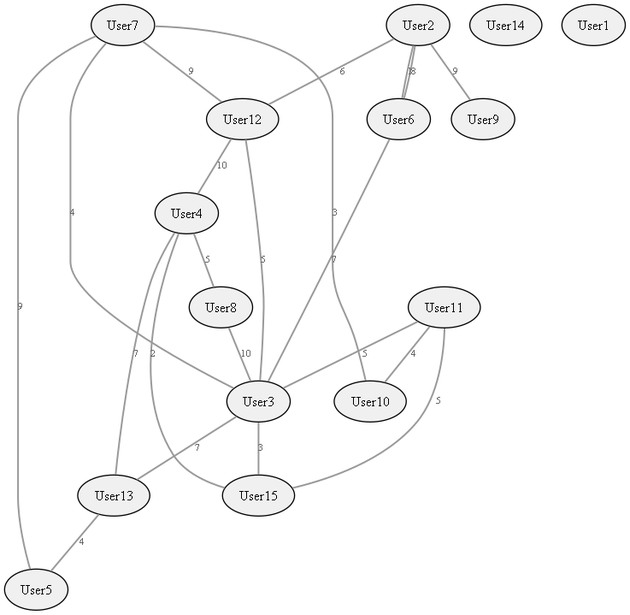
The Graphviz diagram graph.png in TahaArbass/Social-Network-ADS, before a commit. Its source is kept beside it as graph.dot.
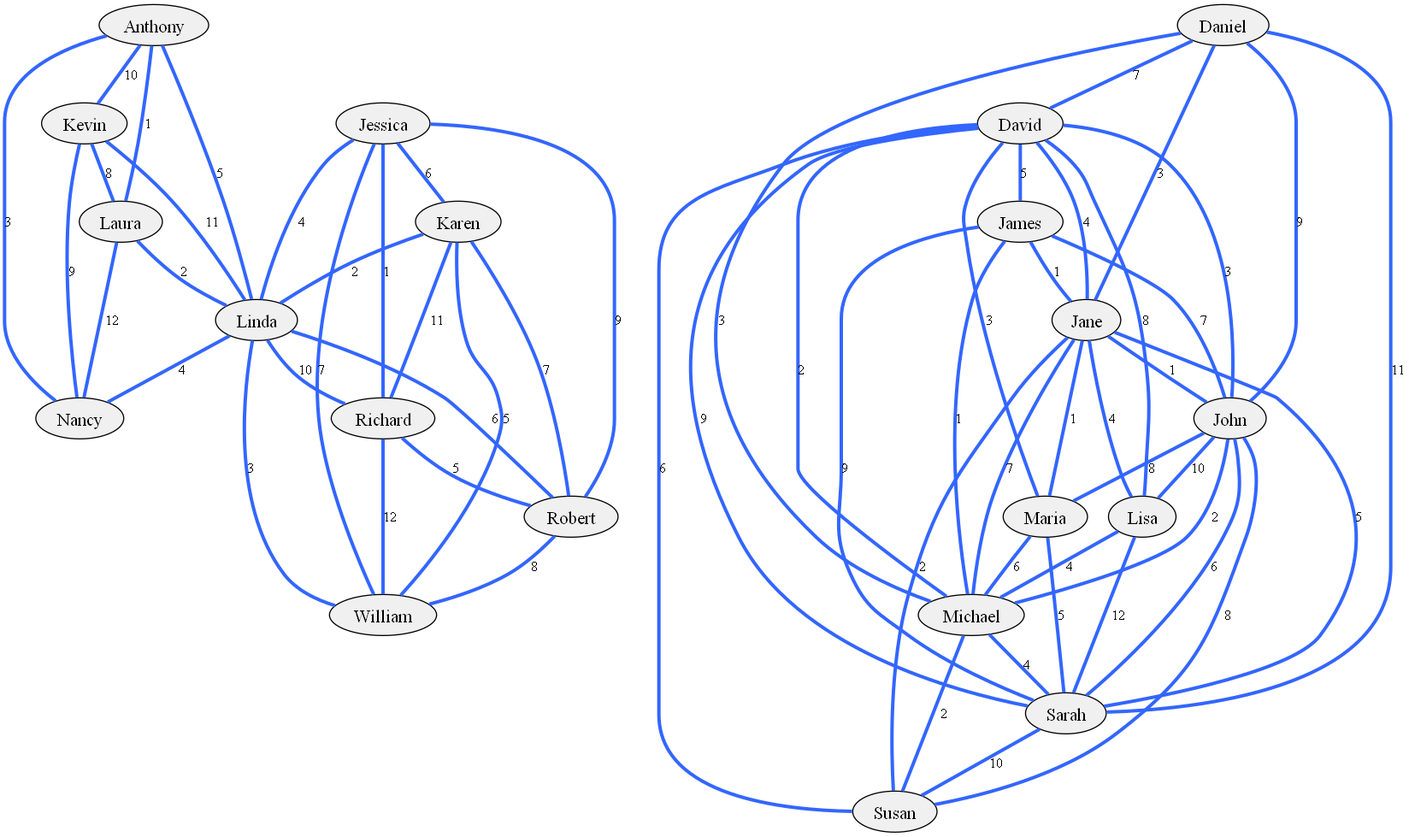
Later version of the same file.

What changed in the source:
```diff
@@ -1,41 +1,85 @@
 graph G {
-  graph [splines=true, overlap=false, fontsize=10];
-  node [style=filled, fillcolor="#f0f0f0", shape=ellipse, fontcolor=black, fontsize=12];
-  edge [fontcolor="#666666", fontsize=8, color="#999999", penwidth=1.5];
-  User15;
-  User14;
-  User1;
-  User4;
-  User7;
-  User3;
-  User5;
-  User6;
-  User2;
-  User8;
-  User11;
-  User13;
-  User9;
-  User10;
-  User12;
-  User7 -- User10 [label="3"];
-  User7 -- User12 [label="9"];
-  User7 -- User3 [label="4"];
-  User7 -- User5 [label="9"];
-  User2 -- User12 [label="6"];
-  User2 -- User9 [label="9"];
-  User2 -- User6 [label="1"];
-  User6 -- User2 [label="8"];
-  User6 -- User3 [label="7"];
-  User4 -- User8 [label="5"];
-  User4 -- User15 [label="2"];
-  User13 -- User5 [label="4"];
-  User13 -- User4 [label="7"];
-  User8 -- User3 [label="10"];
-  User11 -- User15 [label="5"];
-  User11 -- User10 [label="4"];
-  User11 -- User3 [label="5"];
-  User3 -- User13 [label="7"];
-  User3 -- User15 [label="3"];
-  User12 -- User3 [label="5"];
-  User12 -- User4 [label="10"];
+  graph [splines=true, overlap=false];
+  node [style=filled, fillcolor="#f0f0f0", shape=ellipse, fontcolor=black, fontsize=16];
+  edge [fontcolor="black", fontsize=12, color="#3366ff", penwidth=3];
+  Laura;
+  William;
+  Nancy;
+  David;
+  Susan;
+  Kevin;
+  Jane;
+  Jessica;
+  John;
+  Richard;
+  Sarah;
+  James;
+  Lisa;
+  Anthony;
+  Karen;
+  Michael;
+  Daniel;
+  Linda;
+  Maria;
+  Robert;
+  Laura -- Nancy [label="12"];
+  Laura -- Linda [label="2"];
+  David -- John [label="3"];
+  David -- Jane [label="4"];
+  David -- Sarah [label="9"];
+  David -- Michael [label="2"];
+  David -- Maria [label="3"];
+  David -- James [label="5"];
+  David -- Susan [label="6"];
+  David -- Lisa [label="8"];
+  Kevin -- Laura [label="8"];
+  Kevin -- Nancy [label="9"];
+  Kevin -- Linda [label="11"];
+  Jane -- John [label="1"];
+  Jane -- Sarah [label="5"];
+  Jane -- Michael [label="7"];
+  Jane -- Maria [label="1"];
+  Jane -- Susan [label="2"];
+  Jane -- Lisa [label="4"];
+  Jessica -- Robert [label="9"];
+  Jessica -- Richard [label="1"];
+  Jessica -- Linda [label="4"];
+  Jessica -- Karen [label="6"];
+  Jessica -- William [label="7"];
+  John -- Sarah [label="6"];
+  John -- Michael [label="2"];
+  John -- Maria [label="8"];
+  John -- Susan [label="8"];
+  John -- Lisa [label="10"];
+  Richard -- Robert [label="5"];
+  Richard -- William [label="12"];
+  Sarah -- Susan [label="10"];
+  James -- John [label="7"];
+  James -- Jane [label="1"];
+  James -- Sarah [label="9"];
+  James -- Michael [label="1"];
+  Lisa -- Sarah [label="12"];
+  Lisa -- Michael [label="4"];
+  Anthony -- Kevin [label="10"];
+  Anthony -- Laura [label="1"];
+  Anthony -- Nancy [label="3"];
+  Anthony -- Linda [label="5"];
+  Karen -- Robert [label="7"];
+  Karen -- Richard [label="11"];
+  Karen -- Linda [label="2"];
+  Karen -- William [label="5"];
+  Michael -- Sarah [label="4"];
+  Michael -- Susan [label="2"];
+  Daniel -- John [label="9"];
+  Daniel -- Jane [label="3"];
+  Daniel -- David [label="7"];
+  Daniel -- Sarah [label="11"];
+  Daniel -- Michael [label="3"];
+  Maria -- Sarah [label="5"];
+  Maria -- Michael [label="6"];
+  Robert -- William [label="8"];
+  Linda -- Robert [label="6"];
+  Linda -- Richard [label="10"];
+  Linda -- William [label="3"];
+  Linda -- Nancy [label="4"];
 }
```
